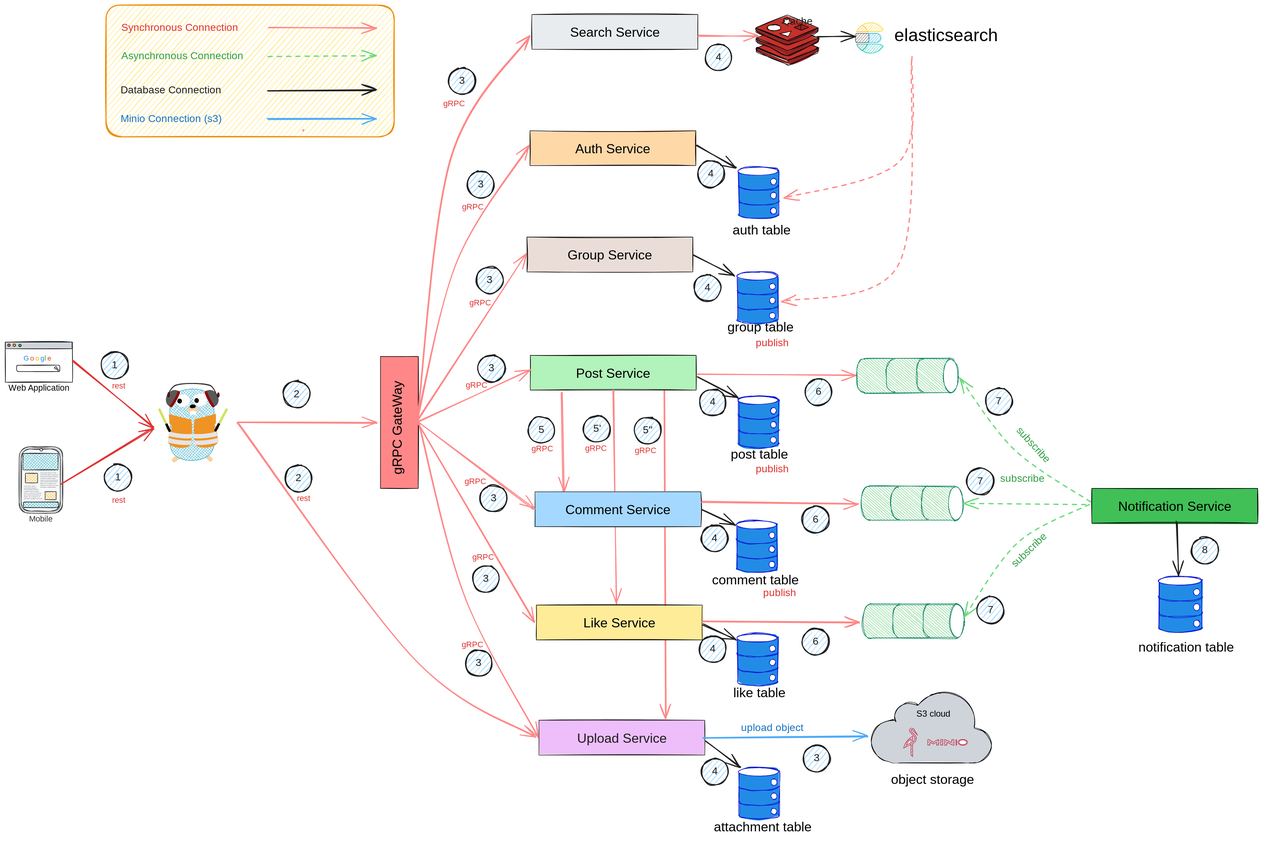
The Excalidraw diagram docs/go-microservices.svg in dinhcanh303/go-microservices, before a commit. Source tidied: one line per element, renumbered; positions are measured from the earlier drawing's top-left corner, leaving out a move shared by most shapes.
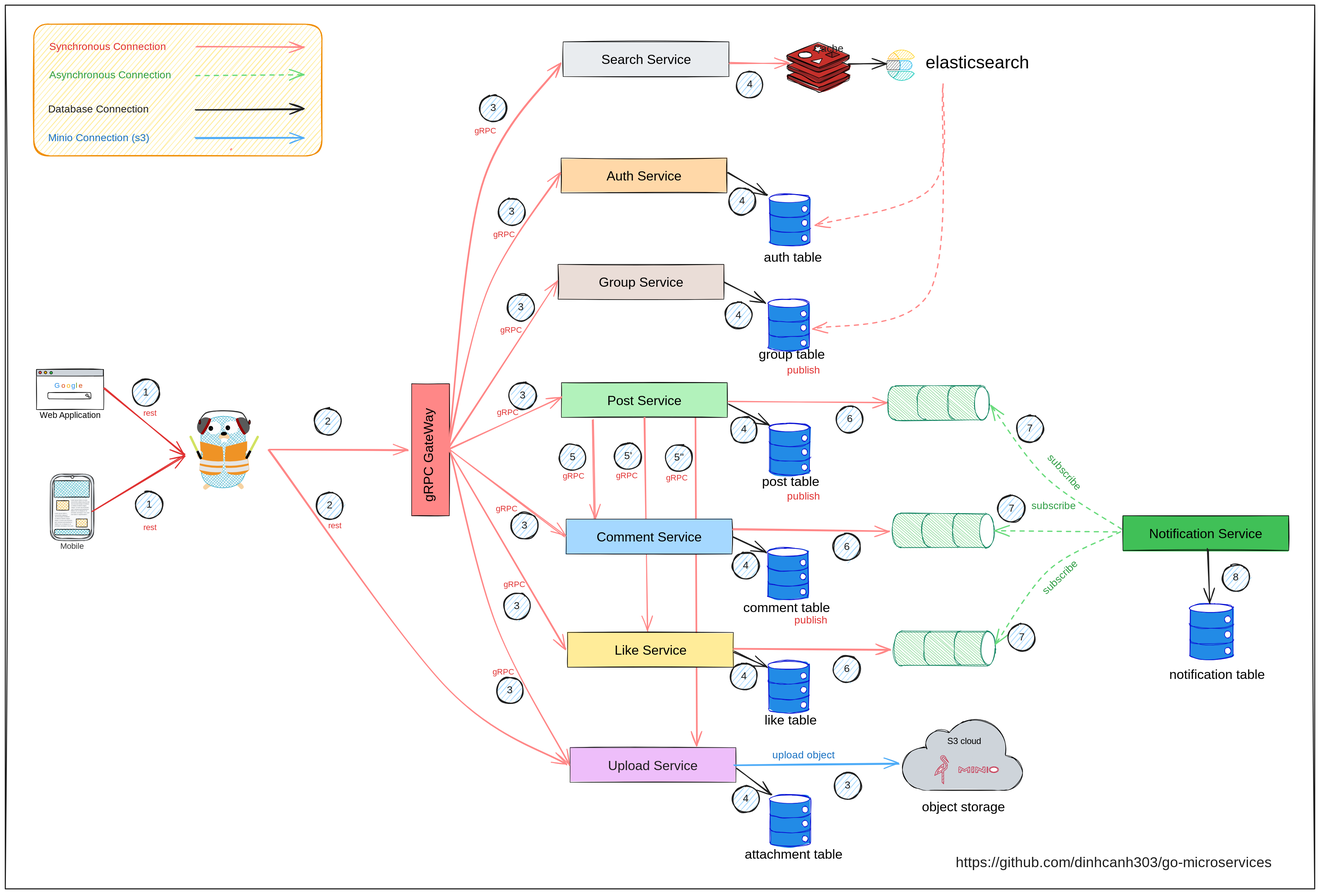
After the commit.

Diff of the diagram source:
```diff
@@ -193,16 +193,16 @@
 {"id": 192, "type": "line", "strokeColor": "#353535", "backgroundColor": "#353535", "fillStyle": "hachure", "strokeWidth": 1, "roughness": 0, "x": 1654, "y": 55, "width": 26, "height": 18, "points": [[0, 0], [24, 0], [25, 4], [25, 8], [25, 12], [24, 18], [0, 18], [-1, 14], [-1, 10], [-1, 6], [0, 0]]}
 {"id": 193, "type": "line", "strokeColor": "#00ade5", "backgroundColor": "#00ade5", "fillStyle": "hachure", "strokeWidth": 1, "roughness": 0, "x": 1677, "y": 55, "width": 24, "height": 18, "points": [[0, 0], [1, 3], [2, 7], [1, 12], [0, 18], [16, 18], [19, 17], [22, 15], [24, 13], [24, 10], [24, 7], [23, 5], [22, 2], [19, 1], [17, 0], [0, 0]]}
 {"id": 194, "type": "text", "text": "elasticsearch", "strokeColor": "#000000", "backgroundColor": "#00c3b4", "fillStyle": "hachure", "strokeWidth": 1, "roughness": 0, "fontSize": 34.23, "fontFamily": 1, "textAlign": "center", "x": 1718, "y": 39, "width": 222, "height": 43}
-{"id": 195, "type": "diamond", "strokeColor": "#ff8787", "backgroundColor": "#fff9db", "fillStyle": "hachure", "strokeWidth": 2, "roughness": 1, "round": true, "x": 578, "y": 242, "width": 2, "height": 2}
+{"id": 195, "type": "diamond", "strokeColor": "#ff8787", "backgroundColor": "#fff9db", "fillStyle": "hachure", "strokeWidth": 2, "roughness": 1, "round": true, "x": 377, "y": 226, "width": 2, "height": 2}
-{"id": 196, "type": "rectangle", "strokeColor": "#f08c00", "backgroundColor": "#ffec99", "fillStyle": "hachure", "strokeWidth": 2, "roughness": 1, "round": true, "x": 196, "y": 0, "width": 560, "height": 256}
+{"id": 196, "type": "rectangle", "strokeColor": "#f08c00", "backgroundColor": "#ffec99", "fillStyle": "hachure", "strokeWidth": 2, "roughness": 1, "round": true, "x": -5, "y": -16, "width": 560, "height": 256}
-{"id": 197, "type": "text", "text": "Synchronous Connection", "strokeColor": "#e03131", "backgroundColor": "#fff9db", "fillStyle": "hachure", "strokeWidth": 2, "roughness": 1, "fontSize": 20, "fontFamily": 1, "x": 226, "y": 32, "width": 223, "height": 25}
+{"id": 197, "type": "text", "text": "Synchronous Connection", "strokeColor": "#e03131", "backgroundColor": "#fff9db", "fillStyle": "hachure", "strokeWidth": 2, "roughness": 1, "fontSize": 20, "fontFamily": 1, "x": 25, "y": 16, "width": 223, "height": 25}
-{"id": 198, "type": "arrow", "strokeColor": "#ff8787", "backgroundColor": "#fff9db", "fillStyle": "hachure", "strokeWidth": 2, "roughness": 1, "endArrowhead": "arrow", "round": true, "x": 512, "y": 44, "width": 210, "height": 0, "points": [[0, 0], [210, 0]]}
+{"id": 198, "type": "arrow", "strokeColor": "#ff8787", "backgroundColor": "#fff9db", "fillStyle": "hachure", "strokeWidth": 2, "roughness": 1, "endArrowhead": "arrow", "round": true, "x": 311, "y": 28, "width": 210, "height": 0, "points": [[0, 0], [210, 0]]}
-{"id": 199, "type": "text", "text": "Asynchronous Connection", "strokeColor": "#2f9e44", "backgroundColor": "#fff9db", "fillStyle": "hachure", "strokeWidth": 2, "roughness": 1, "fontSize": 20, "fontFamily": 1, "x": 226, "y": 87, "width": 235, "height": 25}
+{"id": 199, "type": "text", "text": "Asynchronous Connection", "strokeColor": "#2f9e44", "backgroundColor": "#fff9db", "fillStyle": "hachure", "strokeWidth": 2, "roughness": 1, "fontSize": 20, "fontFamily": 1, "x": 25, "y": 71, "width": 235, "height": 25}
-{"id": 200, "type": "arrow", "strokeColor": "#69db7c", "backgroundColor": "#fff9db", "fillStyle": "hachure", "strokeWidth": 2, "strokeStyle": "dashed", "roughness": 1, "endArrowhead": "arrow", "round": true, "x": 512, "y": 99, "width": 210, "height": 0, "points": [[0, 0], [210, 0]]}
+{"id": 200, "type": "arrow", "strokeColor": "#69db7c", "backgroundColor": "#fff9db", "fillStyle": "hachure", "strokeWidth": 2, "strokeStyle": "dashed", "roughness": 1, "endArrowhead": "arrow", "round": true, "x": 311, "y": 83, "width": 210, "height": 0, "points": [[0, 0], [210, 0]]}
-{"id": 201, "type": "text", "text": "Database Connection", "strokeColor": "#1e1e1e", "backgroundColor": "#fff9db", "fillStyle": "hachure", "strokeWidth": 2, "roughness": 1, "fontSize": 20, "fontFamily": 1, "x": 224, "y": 154, "width": 209, "height": 25}
+{"id": 201, "type": "text", "text": "Database Connection", "strokeColor": "#1e1e1e", "backgroundColor": "#fff9db", "fillStyle": "hachure", "strokeWidth": 2, "roughness": 1, "fontSize": 20, "fontFamily": 1, "x": 23, "y": 138, "width": 209, "height": 25}
-{"id": 202, "type": "arrow", "strokeColor": "#1e1e1e", "backgroundColor": "#fff9db", "fillStyle": "hachure", "strokeWidth": 2, "roughness": 1, "endArrowhead": "arrow", "round": true, "x": 510, "y": 166, "width": 210, "height": 0, "points": [[0, 0], [210, 0]]}
+{"id": 202, "type": "arrow", "strokeColor": "#1e1e1e", "backgroundColor": "#fff9db", "fillStyle": "hachure", "strokeWidth": 2, "roughness": 1, "endArrowhead": "arrow", "round": true, "x": 309, "y": 150, "width": 210, "height": 0, "points": [[0, 0], [210, 0]]}
-{"id": 203, "type": "text", "text": "Minio Connection (s3)", "strokeColor": "#1971c2", "backgroundColor": "#fff9db", "fillStyle": "hachure", "strokeWidth": 2, "roughness": 1, "fontSize": 20, "fontFamily": 1, "x": 224, "y": 209, "width": 204, "height": 25}
+{"id": 203, "type": "text", "text": "Minio Connection (s3)", "strokeColor": "#1971c2", "backgroundColor": "#fff9db", "fillStyle": "hachure", "strokeWidth": 2, "roughness": 1, "fontSize": 20, "fontFamily": 1, "x": 23, "y": 193, "width": 204, "height": 25}
-{"id": 204, "type": "arrow", "strokeColor": "#4dabf7", "backgroundColor": "#fff9db", "fillStyle": "hachure", "strokeWidth": 2, "roughness": 1, "endArrowhead": "arrow", "round": true, "x": 510, "y": 221, "width": 210, "height": 0, "points": [[0, 0], [210, 0]]}
+{"id": 204, "type": "arrow", "strokeColor": "#4dabf7", "backgroundColor": "#fff9db", "fillStyle": "hachure", "strokeWidth": 2, "roughness": 1, "endArrowhead": "arrow", "round": true, "x": 309, "y": 205, "width": 210, "height": 0, "points": [[0, 0], [210, 0]]}
 {"id": 205, "type": "rectangle", "strokeColor": "#000000", "backgroundColor": "#ced4da", "fillStyle": "solid", "strokeWidth": 1, "roughness": 1, "round": true, "x": 1713, "y": 1409, "width": 180, "height": 64}
 {"id": 206, "type": "ellipse", "strokeColor": "#000000", "backgroundColor": "#ced4da", "fillStyle": "solid", "strokeWidth": 1, "roughness": 1, "x": 1763, "y": 1336, "width": 122, "height": 118}
 {"id": 207, "type": "ellipse", "strokeColor": "#000000", "backgroundColor": "#ced4da", "fillStyle": "solid", "strokeWidth": 1, "roughness": 1, "x": 1683, "y": 1389, "width": 85, "height": 82}
@@ -310,3 +310,5 @@
 {"id": 309, "type": "text", "text": "rest", "strokeColor": "#e03131", "backgroundColor": "#b2f2bb", "fillStyle": "solid", "strokeWidth": 1, "roughness": 1, "fontSize": 16, "fontFamily": 1, "textAlign": "center", "x": 563, "y": 949, "width": 33, "height": 21}
 {"id": 310, "type": "text", "text": "rest", "strokeColor": "#e03131", "backgroundColor": "#b2f2bb", "fillStyle": "solid", "strokeWidth": 1, "roughness": 1, "fontSize": 16, "fontFamily": 1, "textAlign": "center", "x": 204, "y": 953, "width": 33, "height": 21}
 {"id": 311, "type": "text", "text": "rest", "strokeColor": "#e03131", "backgroundColor": "#b2f2bb", "fillStyle": "solid", "strokeWidth": 1, "roughness": 1, "fontSize": 16, "fontFamily": 1, "textAlign": "center", "x": 204, "y": 730, "width": 33, "height": 21}
+{"id": 312, "type": "text", "text": "https://github.com/dinhcanh303/go-microservices", "strokeColor": "#1e1e1e", "strokeWidth": 2, "roughness": 1, "fontSize": 28, "fontFamily": 1, "x": 1787, "y": 1597, "width": 653, "height": 35}
+{"id": 313, "type": "rectangle", "strokeColor": "#1e1e1e", "strokeWidth": 2, "roughness": 1, "x": -61, "y": -53, "width": 2545, "height": 1717}
```
